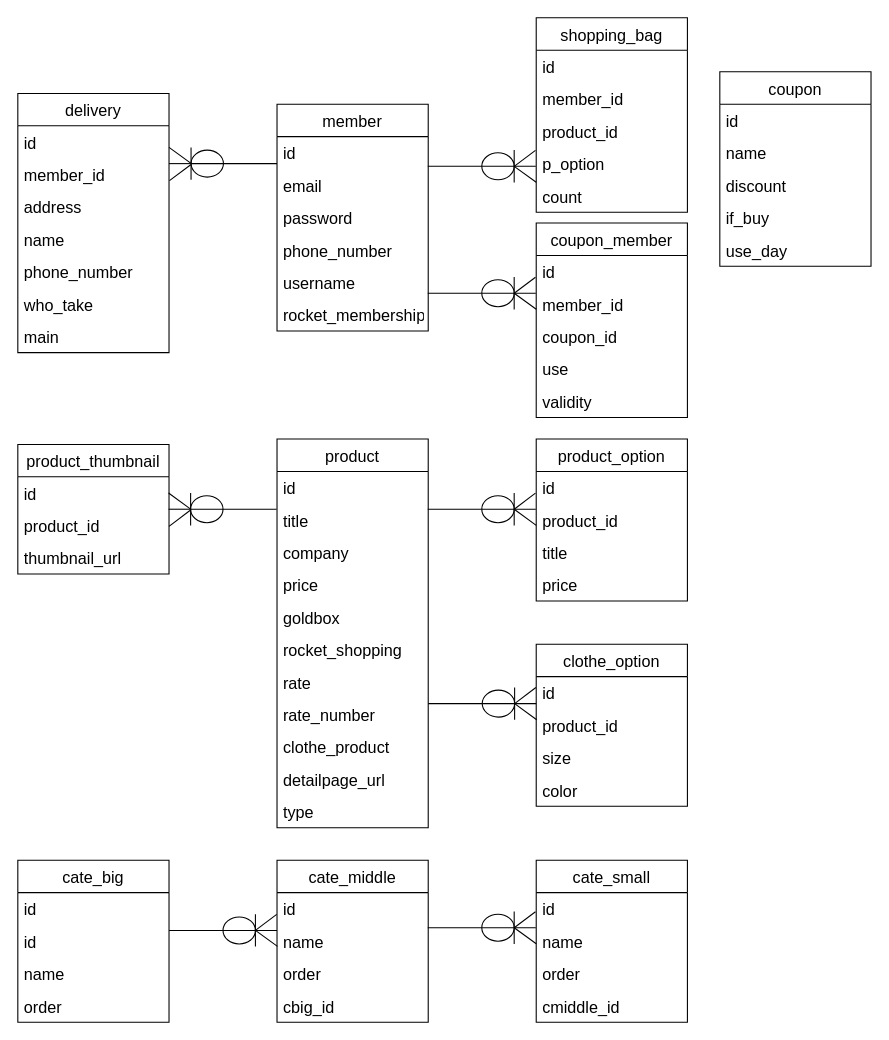
The draw.io diagram Network.drawio in Lee-seungju/drawfile, before the edit. Source tidied: cells renumbered, new cells numbered last; positions are measured from the earlier drawing's top-left corner, leaving out a move shared by most shapes. Both pictures are drawn from the tidied source at 108%, with x=0, y=0 at pixel (17, 17).
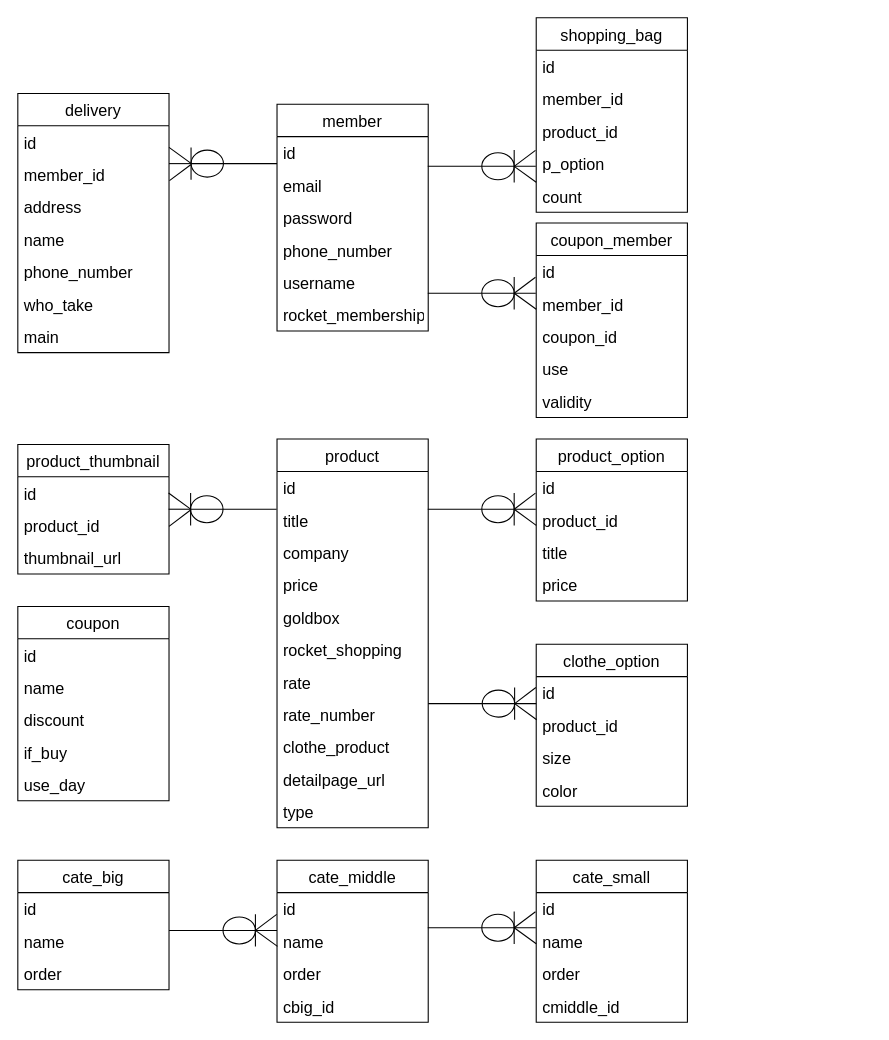
The same diagram, later.

Change to the diagram source:
```diff
@@
     <mxCell id="18" value="coupon" style="swimlane;fontStyle=0;horizontal=1;startSize=30;fontSize=15;" parent="1" vertex="1">
-      <mxGeometry x="650" y="50" width="140" height="180" as="geometry" />
+      <mxGeometry y="545" width="140" height="180" as="geometry" />
     </mxCell>
@@
     <mxCell id="56" value="cate_big" style="swimlane;fontStyle=0;horizontal=1;startSize=30;fontSize=15;" parent="1" vertex="1">
-      <mxGeometry y="780" width="140" height="150" as="geometry" />
+      <mxGeometry y="780" width="140" height="120" as="geometry" />
     </mxCell>
@@
-    <mxCell id="58" value="id" style="text;strokeColor=none;fillColor=none;align=left;verticalAlign=middle;spacingLeft=4;spacingRight=4;overflow=hidden;fontSize=15;" parent="56" vertex="1">
-      <mxGeometry y="60" width="140" height="30" as="geometry" />
-    </mxCell>
     <mxCell id="59" value="name" style="text;strokeColor=none;fillColor=none;align=left;verticalAlign=middle;spacingLeft=4;spacingRight=4;overflow=hidden;fontSize=15;" parent="56" vertex="1">
-      <mxGeometry y="90" width="140" height="30" as="geometry" />
+      <mxGeometry y="60" width="140" height="30" as="geometry" />
     </mxCell>
     <mxCell id="60" value="order" style="text;strokeColor=none;fillColor=none;align=left;verticalAlign=middle;spacingLeft=4;spacingRight=4;overflow=hidden;fontSize=15;" parent="56" vertex="1">
-      <mxGeometry y="120" width="140" height="30" as="geometry" />
+      <mxGeometry y="90" width="140" height="30" as="geometry" />
     </mxCell>
```
